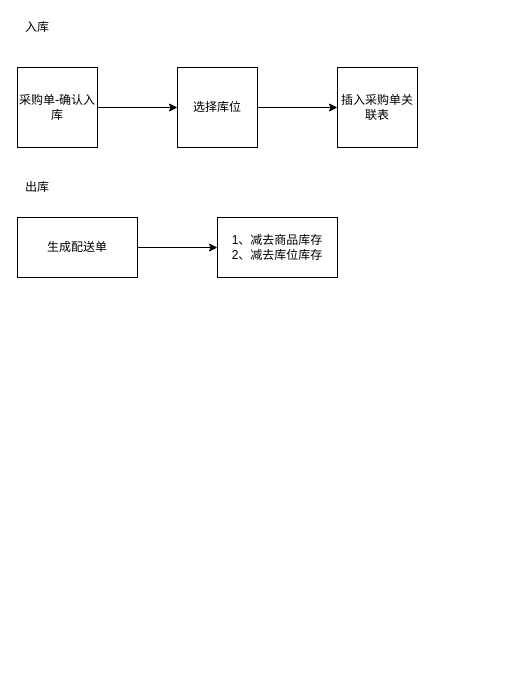
This is Untitled Diagram.drawio from jackshenjunkai/drawio, a draw.io file, before an edit. Source tidied: cells renumbered, new cells numbered last; positions are measured from the earlier drawing's top-left corner, leaving out a move shared by most shapes. Both pictures are drawn from the tidied source at 100%, with x=0, y=0 at pixel (17, 17).
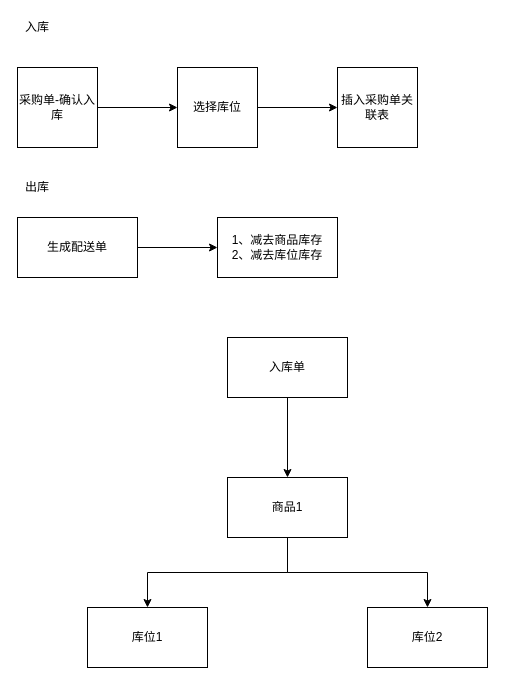
The same diagram, later.

Change to the diagram source:
```diff
@@
 <mxGraphModel>
   <root>
     <mxCell id="0" />
     <mxCell id="1" parent="0" />
     <mxCell id="2" style="edgeStyle=orthogonalEdgeStyle;rounded=0;jettySize=auto;html=1;" parent="1" edge="1" source="3" target="5">
       <mxGeometry relative="1" as="geometry" />
     </mxCell>
     <mxCell id="3" value="采购单-确认入库" style="whiteSpace=wrap;html=1;" parent="1" vertex="1">
       <mxGeometry y="50" width="80" height="80" as="geometry" />
     </mxCell>
     <mxCell id="4" style="edgeStyle=orthogonalEdgeStyle;rounded=0;jettySize=auto;html=1;" parent="1" edge="1" source="5" target="6">
       <mxGeometry relative="1" as="geometry" />
     </mxCell>
     <mxCell id="5" value="选择库位" style="whiteSpace=wrap;html=1;" parent="1" vertex="1">
       <mxGeometry x="160" y="50" width="80" height="80" as="geometry" />
     </mxCell>
     <mxCell id="6" value="插入采购单关联表" style="whiteSpace=wrap;html=1;" parent="1" vertex="1">
       <mxGeometry x="320" y="50" width="80" height="80" as="geometry" />
     </mxCell>
     <mxCell id="7" value="入库" style="text;html=1;strokeColor=none;fillColor=none;align=center;verticalAlign=middle;whiteSpace=wrap;rounded=0;" parent="1" vertex="1">
       <mxGeometry width="40" height="20" as="geometry" />
     </mxCell>
     <mxCell id="8" value="出库" style="text;html=1;strokeColor=none;fillColor=none;align=center;verticalAlign=middle;whiteSpace=wrap;rounded=0;" parent="1" vertex="1">
       <mxGeometry y="160" width="40" height="20" as="geometry" />
     </mxCell>
     <mxCell id="9" style="edgeStyle=orthogonalEdgeStyle;rounded=0;jettySize=auto;html=1;" parent="1" edge="1" source="10" target="11">
       <mxGeometry relative="1" as="geometry" />
     </mxCell>
     <mxCell id="10" value="生成配送单" style="rounded=0;whiteSpace=wrap;html=1;" parent="1" vertex="1">
       <mxGeometry y="200" width="120" height="60" as="geometry" />
     </mxCell>
     <mxCell id="11" value="1、减去商品库存&lt;br&gt;2、减去库位库存" style="rounded=0;whiteSpace=wrap;html=1;" parent="1" vertex="1">
       <mxGeometry x="200" y="200" width="120" height="60" as="geometry" />
     </mxCell>
+    <mxCell id="12" style="edgeStyle=orthogonalEdgeStyle;rounded=0;jettySize=auto;html=1;" parent="1" edge="1" source="13" target="16">
+      <mxGeometry relative="1" as="geometry" />
+    </mxCell>
+    <mxCell id="13" value="入库单" style="rounded=0;whiteSpace=wrap;html=1;" parent="1" vertex="1">
+      <mxGeometry x="210" y="320" width="120" height="60" as="geometry" />
+    </mxCell>
+    <mxCell id="14" style="edgeStyle=orthogonalEdgeStyle;rounded=0;jettySize=auto;html=1;exitX=0.5;exitY=1;exitDx=0;exitDy=0;" parent="1" edge="1" source="16" target="17">
+      <mxGeometry relative="1" as="geometry" />
+    </mxCell>
+    <mxCell id="15" style="edgeStyle=orthogonalEdgeStyle;rounded=0;jettySize=auto;html=1;exitX=0.5;exitY=1;exitDx=0;exitDy=0;" parent="1" edge="1" source="16" target="18">
+      <mxGeometry relative="1" as="geometry" />
+    </mxCell>
+    <mxCell id="16" value="商品1" style="rounded=0;whiteSpace=wrap;html=1;" parent="1" vertex="1">
+      <mxGeometry x="210" y="460" width="120" height="60" as="geometry" />
+    </mxCell>
+    <mxCell id="17" value="库位1" style="rounded=0;whiteSpace=wrap;html=1;" parent="1" vertex="1">
+      <mxGeometry x="70" y="590" width="120" height="60" as="geometry" />
+    </mxCell>
+    <mxCell id="18" value="库位2" style="rounded=0;whiteSpace=wrap;html=1;" parent="1" vertex="1">
+      <mxGeometry x="350" y="590" width="120" height="60" as="geometry" />
+    </mxCell>
   </root>
 </mxGraphModel>
```
